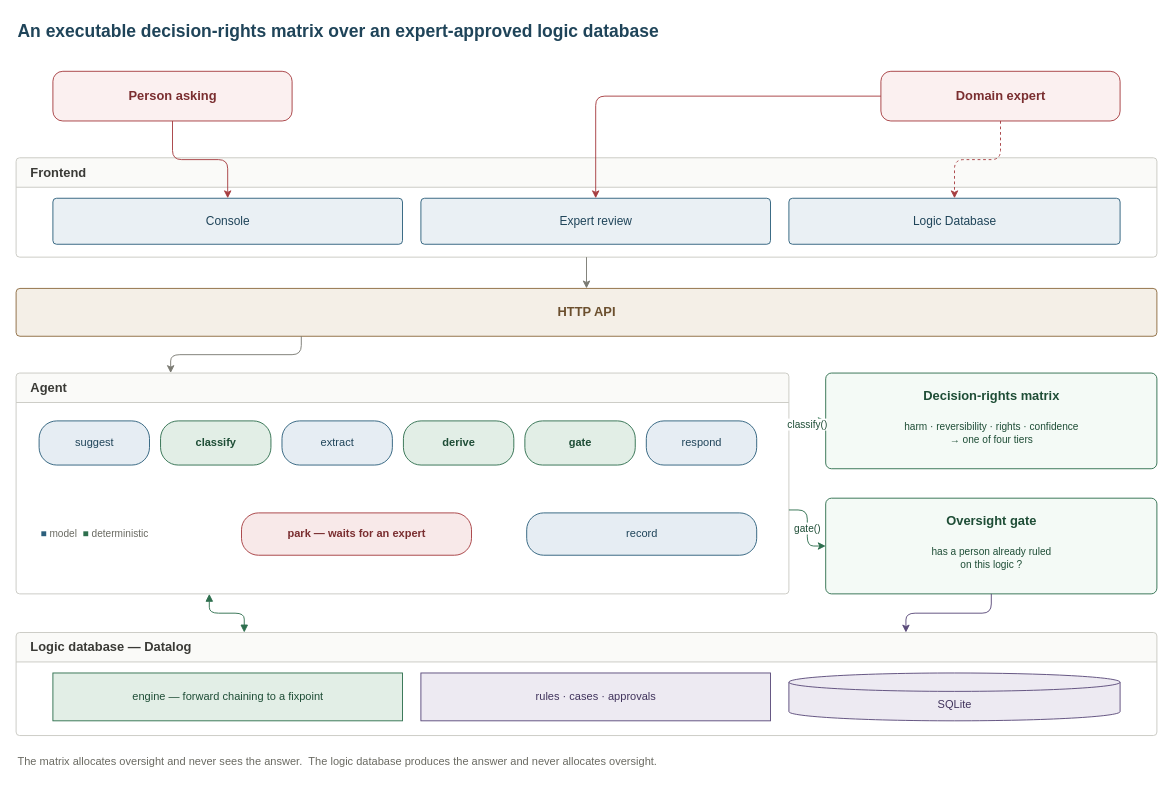
Shuangistan/ACM_confused.de keeps this draw.io diagram as page "Framework" (1 of 3) of prototyping/paper/framework-simple.drawio. Above is the earlier version. Source tidied: cells renumbered, new cells numbered last; positions are measured from the earlier drawing's top-left corner, leaving out a move shared by most shapes. Both pictures are drawn from the tidied source at 92%, with x=0, y=0 at pixel (16, 16).
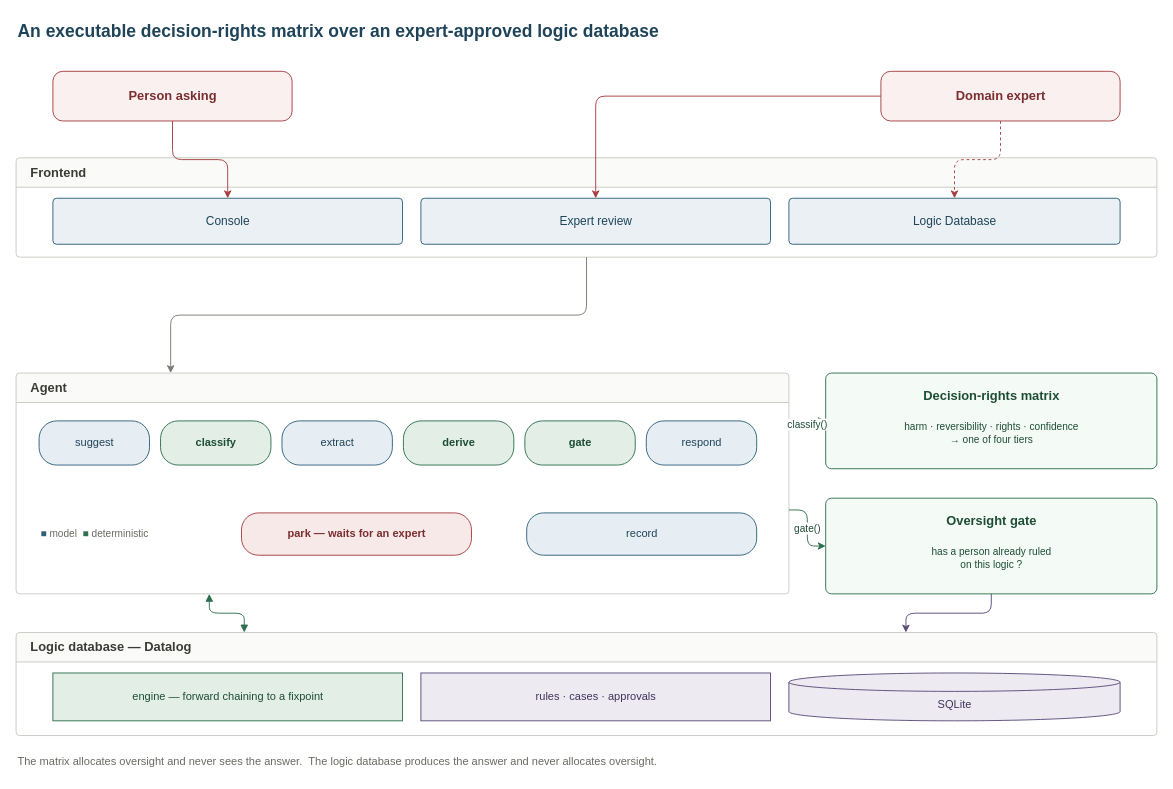
The same page after the edit.

Unchanged cells that the change refers to:
```xml
<mxCell id="5" value="Frontend" style="swimlane;html=1;startSize=32;rounded=1;arcSize=4;fillColor=#FAFAF8;strokeColor=#C9C9C2;fontColor=#3A3A36;fontSize=14;fontStyle=1;align=left;spacingLeft=14;" parent="1" vertex="1">
  <mxGeometry y="154" width="1240" height="108" as="geometry" />
</mxCell>
<mxCell id="10" value="Agent" style="swimlane;html=1;startSize=32;rounded=1;arcSize=4;fillColor=#FAFAF8;strokeColor=#C9C9C2;fontColor=#3A3A36;fontSize=14;fontStyle=1;align=left;spacingLeft=14;" parent="1" vertex="1">
  <mxGeometry y="388" width="840" height="240" as="geometry" />
</mxCell>
```

The edit, as a diff of the source:
```diff
@@
-    <mxCell id="9" value="HTTP API" style="rounded=1;arcSize=8;html=1;fillColor=#F4EFE7;strokeColor=#8C6A3F;fontColor=#6B4F2E;fontSize=14;fontStyle=1;" parent="1" vertex="1">
-      <mxGeometry y="296" width="1240" height="52" as="geometry" />
-    </mxCell>
@@
-    <mxCell id="31" style="edgeStyle=orthogonalEdgeStyle;rounded=1;html=1;strokeColor=#7A7A72;exitX=0.5;exitY=1;exitDx=0;exitDy=0;entryX=0.5;entryY=0;entryDx=0;entryDy=0;" parent="1" edge="1" source="5" target="9">
-      <mxGeometry relative="1" as="geometry" />
-    </mxCell>
-    <mxCell id="32" style="edgeStyle=orthogonalEdgeStyle;rounded=1;html=1;strokeColor=#7A7A72;exitX=0.25;exitY=1;exitDx=0;exitDy=0;entryX=0.2;entryY=0;entryDx=0;entryDy=0;" parent="1" edge="1" source="9" target="10">
+    <mxCell id="32" style="edgeStyle=orthogonalEdgeStyle;rounded=1;html=1;strokeColor=#7A7A72;entryX=0.2;entryY=0;entryDx=0;entryDy=0;exitX=0.5;exitY=1;exitDx=0;exitDy=0;" parent="1" edge="1" source="5" target="10">
       <mxGeometry relative="1" as="geometry" />
     </mxCell>
```
